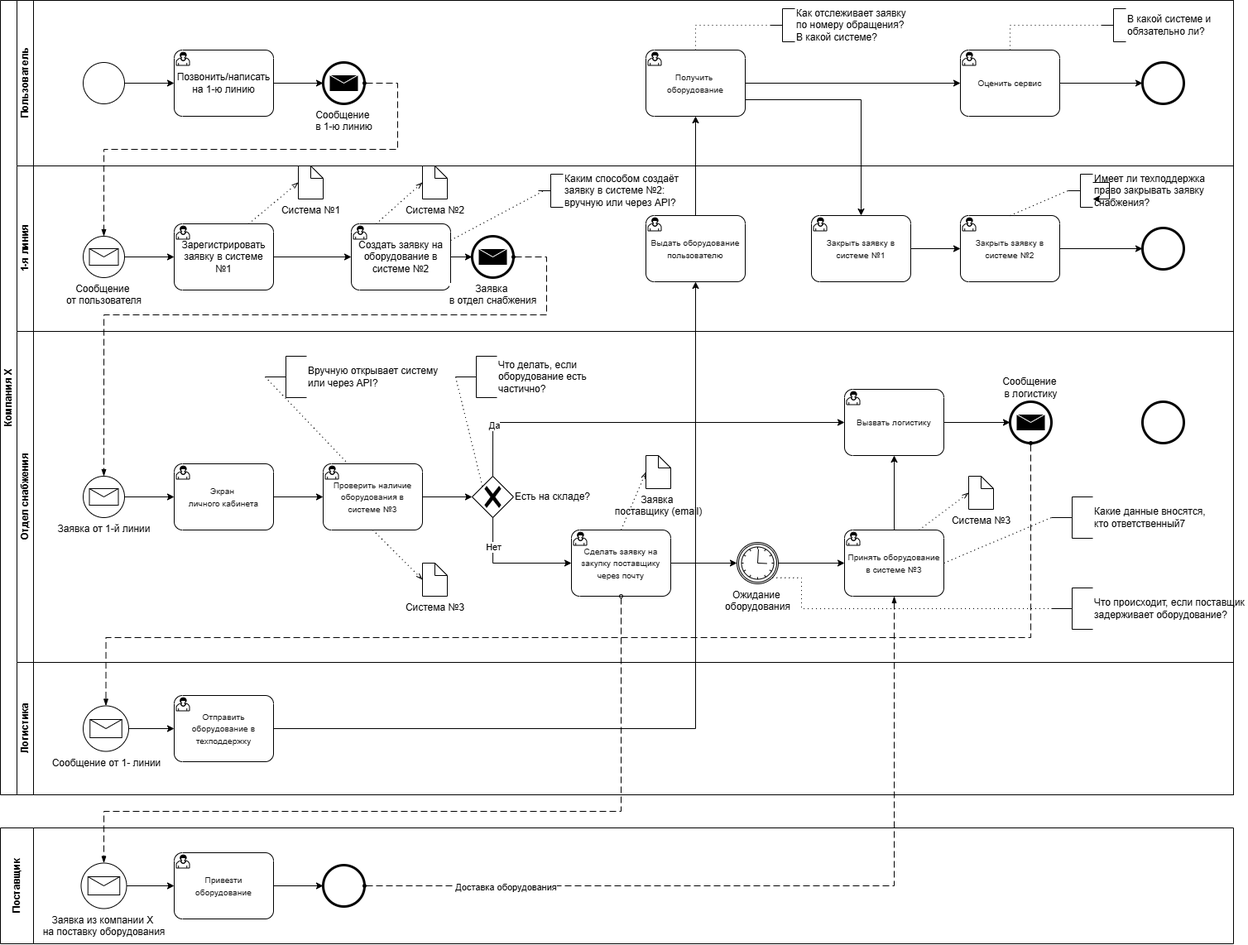
Above: 01_BPMN/Процесс_выдачи_оборудования.png in 4vertak/bookstore-registration-analysis (draw.io), before the change. Source tidied: cells renumbered, new cells last; positions are measured from the earlier drawing's top-left corner, leaving out a move shared by most shapes.
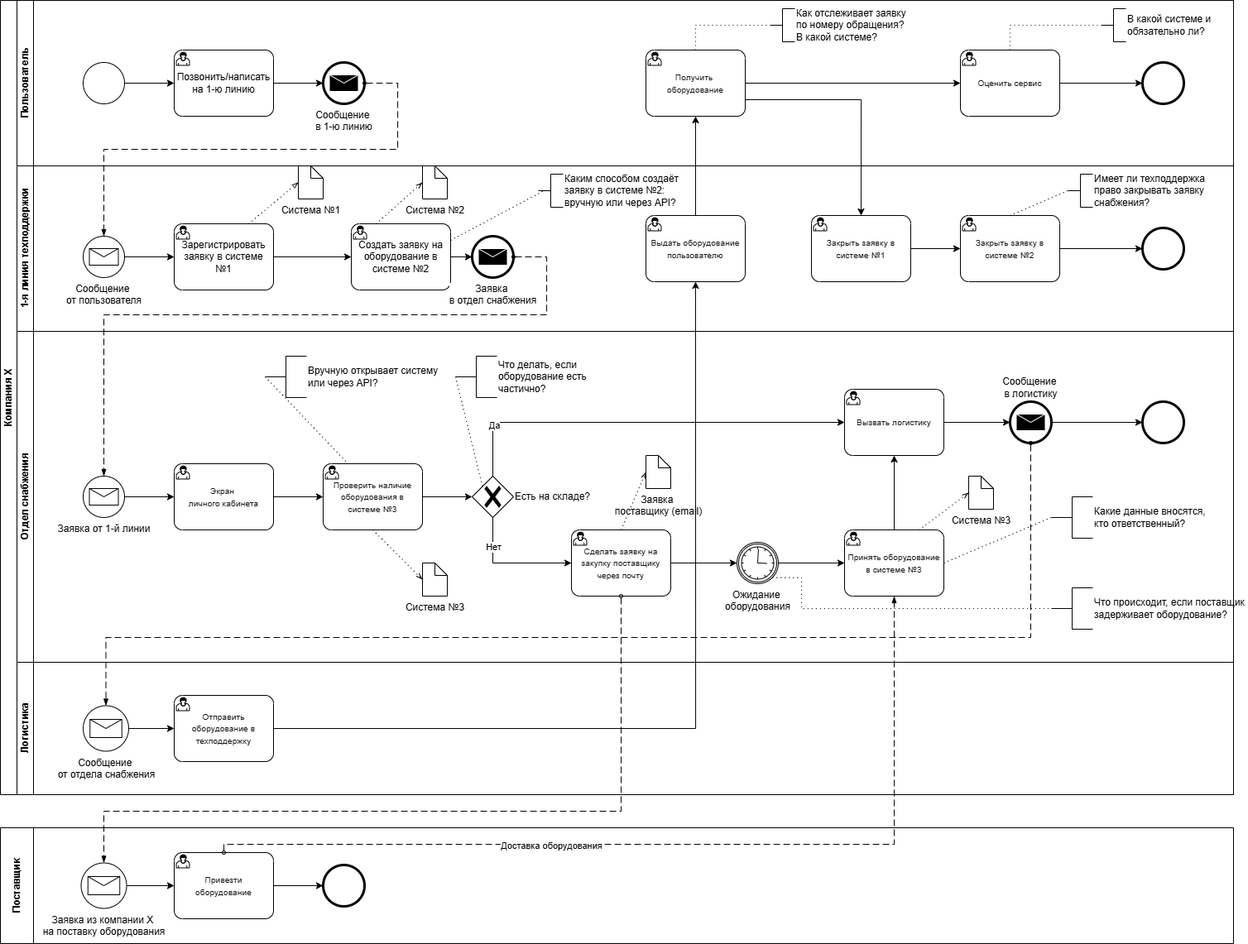
Later version of the same file.

Commit message:
feat: fix a model of the IT equipment issuance process

Change to the diagram source:
```diff
@@ -48,7 +48,7 @@
         </Array>
       </mxGeometry>
     </mxCell>
-    <mxCell id="16" value="1-я линия" style="swimlane;html=1;startSize=20;horizontal=0;" parent="2" vertex="1">
+    <mxCell id="16" value="1-я линия техподдержки" style="swimlane;html=1;startSize=20;horizontal=0;" parent="2" vertex="1">
       <mxGeometry x="20" y="200" width="1470" height="200" as="geometry" />
     </mxCell>
     <mxCell id="17" value="Сообщение&amp;nbsp;&lt;div&gt;от пользователя&lt;/div&gt;" style="points=[[0.145,0.145,0],[0.5,0,0],[0.855,0.145,0],[1,0.5,0],[0.855,0.855,0],[0.5,1,0],[0.145,0.855,0],[0,0.5,0]];shape=mxgraph.bpmn.event;html=1;verticalLabelPosition=bottom;labelBackgroundColor=#ffffff;verticalAlign=top;align=center;perimeter=ellipsePerimeter;outlineConnect=0;outline=standard;symbol=message;" parent="16" vertex="1">
@@ -114,9 +114,6 @@
     <mxCell id="37" style="fontSize=12;html=1;endFill=0;startFill=0;endSize=6;startSize=6;dashed=1;dashPattern=1 4;endArrow=openThin;startArrow=none;rounded=0;exitX=0.25;exitY=0;exitDx=0;exitDy=0;exitPerimeter=0;entryX=0;entryY=0.5;entryDx=0;entryDy=0;entryPerimeter=0;" parent="16" edge="1" source="20" target="36">
       <mxGeometry relative="1" as="geometry" />
     </mxCell>
-    <mxCell id="38" style="edgeStyle=orthogonalEdgeStyle;rounded=0;orthogonalLoop=1;jettySize=auto;html=1;" parent="16" edge="1" source="30" target="30">
-      <mxGeometry relative="1" as="geometry" />
-    </mxCell>
     <mxCell id="39" value="Отдел снабжения" style="swimlane;html=1;startSize=20;horizontal=0;labelPosition=center;verticalLabelPosition=middle;align=center;verticalAlign=middle;" parent="2" vertex="1">
       <mxGeometry x="20" y="400" width="1470" height="400" as="geometry" />
     </mxCell>
@@ -205,7 +202,7 @@
     <mxCell id="66" style="fontSize=12;html=1;endFill=0;startFill=0;endSize=6;startSize=6;dashed=1;dashPattern=1 4;endArrow=none;startArrow=none;rounded=0;entryX=0.25;entryY=0;entryDx=0;entryDy=0;entryPerimeter=0;exitX=0;exitY=0.5;exitDx=0;exitDy=0;exitPerimeter=0;" parent="39" edge="1" source="65" target="44">
       <mxGeometry relative="1" as="geometry" />
     </mxCell>
-    <mxCell id="67" value="Какие данные вносятся,&amp;nbsp;&lt;div&gt;кто ответственный7&lt;/div&gt;" style="html=1;shape=mxgraph.flowchart.annotation_2;align=left;labelPosition=right;" parent="39" vertex="1">
+    <mxCell id="67" value="Какие данные вносятся,&amp;nbsp;&lt;div&gt;кто ответственный?&lt;/div&gt;" style="html=1;shape=mxgraph.flowchart.annotation_2;align=left;labelPosition=right;" parent="39" vertex="1">
       <mxGeometry x="1250" y="200" width="50" height="50" as="geometry" />
     </mxCell>
     <mxCell id="68" style="fontSize=12;html=1;endFill=0;startFill=0;endSize=6;startSize=6;dashed=1;dashPattern=1 4;endArrow=none;startArrow=none;rounded=0;entryX=0;entryY=0.5;entryDx=0;entryDy=0;entryPerimeter=0;exitX=1;exitY=0.5;exitDx=0;exitDy=0;exitPerimeter=0;" parent="39" edge="1" source="59" target="67">
@@ -233,10 +230,13 @@
     <mxCell id="74" style="fontSize=12;html=1;endFill=0;startFill=0;endSize=6;startSize=6;dashed=1;dashPattern=1 4;endArrow=openThin;startArrow=none;rounded=0;exitX=0.75;exitY=0;exitDx=0;exitDy=0;exitPerimeter=0;entryX=0;entryY=0.5;entryDx=0;entryDy=0;entryPerimeter=0;" parent="39" edge="1" source="59" target="73">
       <mxGeometry relative="1" as="geometry" />
     </mxCell>
+    <mxCell id="96" style="edgeStyle=orthogonalEdgeStyle;rounded=0;jettySize=auto;html=1;exitX=1;exitY=0.5;exitDx=0;exitDy=0;exitPerimeter=0;entryX=0;entryY=0.5;entryDx=0;entryDy=0;entryPerimeter=0;" parent="39" edge="1" source="62" target="64">
+      <mxGeometry relative="1" as="geometry" />
+    </mxCell>
     <mxCell id="75" value="Логистика" style="swimlane;html=1;startSize=20;horizontal=0;" parent="2" vertex="1">
       <mxGeometry x="20" y="800" width="1470" height="160" as="geometry" />
     </mxCell>
-    <mxCell id="76" value="Сообщение от 1- линии" style="points=[[0.145,0.145,0],[0.5,0,0],[0.855,0.145,0],[1,0.5,0],[0.855,0.855,0],[0.5,1,0],[0.145,0.855,0],[0,0.5,0]];shape=mxgraph.bpmn.event;html=1;verticalLabelPosition=bottom;labelBackgroundColor=#ffffff;verticalAlign=top;align=center;perimeter=ellipsePerimeter;outlineConnect=0;outline=standard;symbol=message;" parent="75" vertex="1">
+    <mxCell id="76" value="Сообщение&amp;nbsp;&lt;div&gt;от отдела снабжения&lt;/div&gt;" style="points=[[0.145,0.145,0],[0.5,0,0],[0.855,0.145,0],[1,0.5,0],[0.855,0.855,0],[0.5,1,0],[0.145,0.855,0],[0,0.5,0]];shape=mxgraph.bpmn.event;html=1;verticalLabelPosition=bottom;labelBackgroundColor=#ffffff;verticalAlign=top;align=center;perimeter=ellipsePerimeter;outlineConnect=0;outline=standard;symbol=message;" parent="75" vertex="1">
       <mxGeometry x="80" y="52.5" width="55" height="55" as="geometry" />
     </mxCell>
     <mxCell id="77" value="&lt;font color=&quot;#161616&quot; face=&quot;Arial, sans-serif&quot;&gt;&lt;span style=&quot;font-size: 10.332px;&quot;&gt;Отправить оборудование в техподдержку&lt;/span&gt;&lt;/font&gt;" style="points=[[0.25,0,0],[0.5,0,0],[0.75,0,0],[1,0.25,0],[1,0.5,0],[1,0.75,0],[0.75,1,0],[0.5,1,0],[0.25,1,0],[0,0.75,0],[0,0.5,0],[0,0.25,0]];shape=mxgraph.bpmn.task2;whiteSpace=wrap;rectStyle=rounded;size=10;html=1;taskMarker=user;" parent="75" vertex="1">
@@ -316,12 +316,17 @@
         </Array>
       </mxGeometry>
     </mxCell>
-    <mxCell id="94" style="dashed=1;dashPattern=8 4;endArrow=blockThin;endFill=1;startArrow=oval;startFill=0;endSize=6;startSize=4;html=1;rounded=0;exitX=1;exitY=0.5;exitDx=0;exitDy=0;exitPerimeter=0;entryX=0.5;entryY=1;entryDx=0;entryDy=0;entryPerimeter=0;edgeStyle=orthogonalEdgeStyle;" parent="1" edge="1" source="91" target="59">
-      <mxGeometry relative="1" as="geometry" />
+    <mxCell id="94" style="dashed=1;dashPattern=8 4;endArrow=blockThin;endFill=1;startArrow=oval;startFill=0;endSize=6;startSize=4;html=1;rounded=0;exitX=0.5;exitY=0;exitDx=0;exitDy=0;exitPerimeter=0;entryX=0.5;entryY=1;entryDx=0;entryDy=0;entryPerimeter=0;edgeStyle=orthogonalEdgeStyle;" parent="1" edge="1" source="89" target="59">
+      <mxGeometry relative="1" as="geometry">
+        <Array as="points">
+          <mxPoint x="270" y="1020" />
+          <mxPoint x="1080" y="1020" />
+        </Array>
+      </mxGeometry>
     </mxCell>
     <mxCell id="95" value="Доставка оборудования" style="edgeLabel;html=1;align=center;verticalAlign=middle;" parent="94" vertex="1">
       <mxGeometry x="-0.66" y="-1" relative="1" as="geometry">
-        <mxPoint x="1" as="offset" />
+        <mxPoint x="213" as="offset" />
       </mxGeometry>
     </mxCell>
   </root>
```
